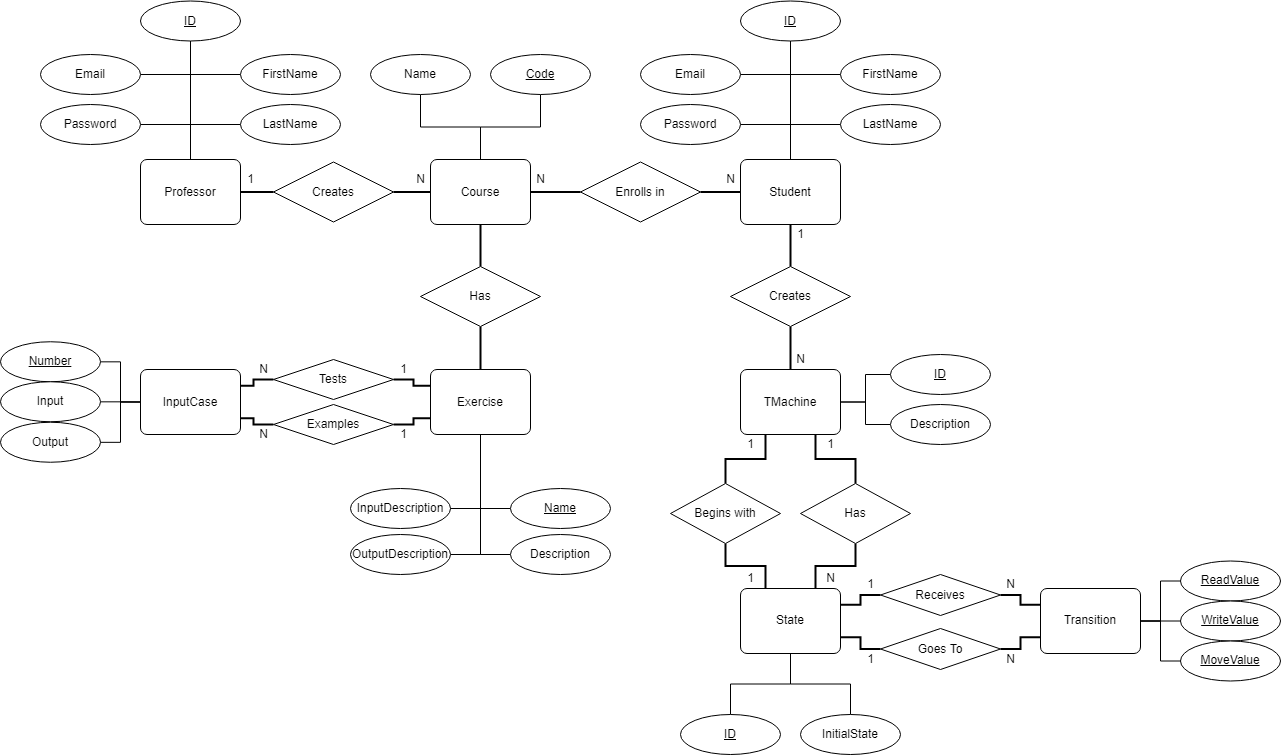
ExotronicDev/Turing-Master keeps this draw.io diagram as Diseño MVPs/Diagramas MVP #2/Diagrama Entidad Relación Sprint 2.png. Above is the earlier version. Source tidied: cells renumbered, new cells last; positions are measured from the earlier drawing's top-left corner, leaving out a move shared by most shapes.
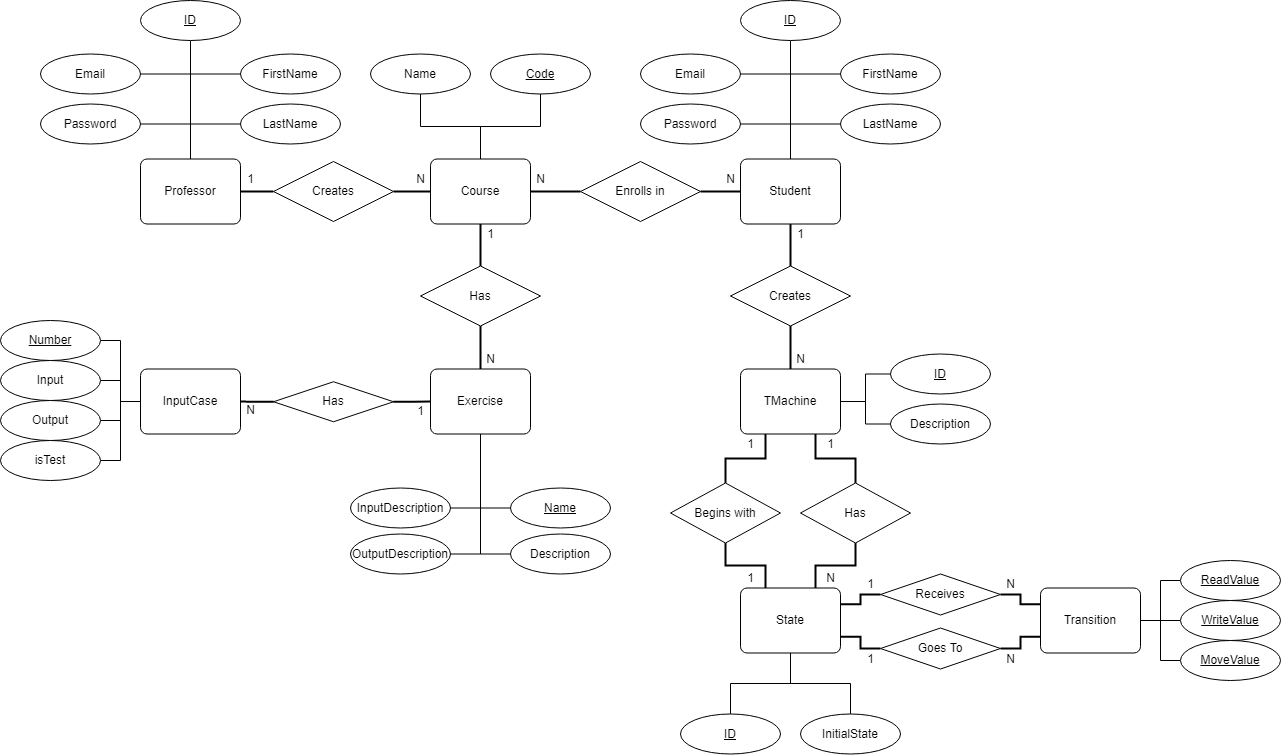
Above is the later version.

Commit message:
Sprint 2 Diagram corrections

Diff of the diagram source:
```diff
@@ -225,7 +225,7 @@
     <mxCell id="70" style="edgeStyle=orthogonalEdgeStyle;rounded=0;jettySize=auto;html=1;entryX=1;entryY=0.5;entryDx=0;entryDy=0;endArrow=none;endFill=0;" parent="1" edge="1" source="72" target="5">
       <mxGeometry relative="1" as="geometry" />
     </mxCell>
-    <mxCell id="71" style="edgeStyle=orthogonalEdgeStyle;rounded=0;jettySize=auto;html=1;entryX=0;entryY=0.5;entryDx=0;entryDy=0;endArrow=none;endFill=0;" parent="1" edge="1" source="72" target="105">
+    <mxCell id="71" style="edgeStyle=orthogonalEdgeStyle;rounded=0;jettySize=auto;html=1;entryX=0;entryY=0.5;entryDx=0;entryDy=0;endArrow=none;endFill=0;" parent="1" edge="1" source="72" target="100">
       <mxGeometry relative="1" as="geometry" />
     </mxCell>
     <mxCell id="72" value="Exercise" style="rounded=1;arcSize=10;whiteSpace=wrap;html=1;align=center;" parent="1" vertex="1">
@@ -291,56 +291,58 @@
     <mxCell id="92" value="InputCase" style="rounded=1;arcSize=10;whiteSpace=wrap;html=1;align=center;" parent="1" vertex="1">
       <mxGeometry x="140" y="368" width="100" height="65" as="geometry" />
     </mxCell>
-    <mxCell id="93" style="edgeStyle=orthogonalEdgeStyle;rounded=0;jettySize=auto;html=1;entryX=0;entryY=0.25;entryDx=0;entryDy=0;endArrow=none;endFill=0;strokeWidth=2;" parent="1" edge="1" source="95" target="72">
+    <mxCell id="93" style="edgeStyle=orthogonalEdgeStyle;rounded=0;jettySize=auto;html=1;endArrow=none;endFill=0;strokeWidth=2;" parent="1" edge="1" source="95" target="72">
       <mxGeometry relative="1" as="geometry" />
     </mxCell>
-    <mxCell id="94" style="edgeStyle=orthogonalEdgeStyle;rounded=0;jettySize=auto;html=1;entryX=1;entryY=0.25;entryDx=0;entryDy=0;endArrow=none;endFill=0;strokeWidth=2;" parent="1" edge="1" source="95" target="92">
+    <mxCell id="94" style="edgeStyle=orthogonalEdgeStyle;rounded=0;jettySize=auto;html=1;entryX=1;entryY=0.5;entryDx=0;entryDy=0;endArrow=none;endFill=0;strokeWidth=2;" parent="1" edge="1" source="95" target="92">
       <mxGeometry relative="1" as="geometry" />
     </mxCell>
-    <mxCell id="95" value="Tests" style="shape=rhombus;perimeter=rhombusPerimeter;whiteSpace=wrap;html=1;align=center;" parent="1" vertex="1">
-      <mxGeometry x="273" y="358" width="120" height="40" as="geometry" />
+    <mxCell id="95" value="Has" style="shape=rhombus;perimeter=rhombusPerimeter;whiteSpace=wrap;html=1;align=center;" parent="1" vertex="1">
+      <mxGeometry x="273" y="380.8" width="120" height="40" as="geometry" />
     </mxCell>
-    <mxCell id="96" style="edgeStyle=orthogonalEdgeStyle;rounded=0;jettySize=auto;html=1;entryX=0;entryY=0.75;entryDx=0;entryDy=0;endArrow=none;endFill=0;strokeWidth=2;" parent="1" edge="1" source="98" target="72">
-      <mxGeometry relative="1" as="geometry" />
+    <mxCell id="96" value="N" style="text;html=1;align=center;verticalAlign=middle;strokeColor=none;fillColor=none;" parent="1" vertex="1">
+      <mxGeometry x="240" y="399.5" width="20" height="20" as="geometry" />
     </mxCell>
-    <mxCell id="97" style="edgeStyle=orthogonalEdgeStyle;rounded=0;jettySize=auto;html=1;entryX=1;entryY=0.75;entryDx=0;entryDy=0;endArrow=none;endFill=0;strokeWidth=2;" parent="1" edge="1" source="98" target="92">
-      <mxGeometry relative="1" as="geometry" />
+    <mxCell id="97" value="1" style="text;html=1;align=center;verticalAlign=middle;strokeColor=none;fillColor=none;" parent="1" vertex="1">
+      <mxGeometry x="410" y="400.8" width="20" height="20" as="geometry" />
     </mxCell>
-    <mxCell id="98" value="Examples" style="shape=rhombus;perimeter=rhombusPerimeter;whiteSpace=wrap;html=1;align=center;" parent="1" vertex="1">
-      <mxGeometry x="273" y="403" width="120" height="40" as="geometry" />
+    <mxCell id="98" style="edgeStyle=orthogonalEdgeStyle;rounded=0;jettySize=auto;html=1;entryX=0;entryY=0.5;entryDx=0;entryDy=0;endArrow=none;endFill=0;" parent="1" edge="1" source="99" target="92">
+      <mxGeometry relative="1" as="geometry" />
     </mxCell>
-    <mxCell id="99" value="N" style="text;html=1;align=center;verticalAlign=middle;points=[];strokeColor=none;fillColor=none;" parent="1" vertex="1">
-      <mxGeometry x="253" y="423" width="20" height="20" as="geometry" />
+    <mxCell id="99" value="Number" style="ellipse;whiteSpace=wrap;html=1;align=center;fontStyle=4;" parent="1" vertex="1">
+      <mxGeometry y="319.5" width="100" height="40" as="geometry" />
     </mxCell>
-    <mxCell id="100" value="N" style="text;html=1;align=center;verticalAlign=middle;points=[];strokeColor=none;fillColor=none;" parent="1" vertex="1">
-      <mxGeometry x="253" y="358" width="20" height="20" as="geometry" />
+    <mxCell id="100" value="&lt;u&gt;Name&lt;/u&gt;" style="ellipse;whiteSpace=wrap;html=1;align=center;" parent="1" vertex="1">
+      <mxGeometry x="510" y="487" width="100" height="40" as="geometry" />
     </mxCell>
-    <mxCell id="101" value="1" style="text;html=1;align=center;verticalAlign=middle;strokeColor=none;fillColor=none;" parent="1" vertex="1">
-      <mxGeometry x="393" y="358" width="20" height="20" as="geometry" />
+    <mxCell id="101" style="edgeStyle=orthogonalEdgeStyle;rounded=0;jettySize=auto;html=1;endArrow=none;endFill=0;" parent="1" edge="1" source="103" target="92">
+      <mxGeometry relative="1" as="geometry" />
     </mxCell>
-    <mxCell id="102" value="1" style="text;html=1;align=center;verticalAlign=middle;strokeColor=none;fillColor=none;" parent="1" vertex="1">
-      <mxGeometry x="393" y="423" width="20" height="20" as="geometry" />
+    <mxCell id="102" style="edgeStyle=orthogonalEdgeStyle;rounded=0;jettySize=auto;html=1;endArrow=none;endFill=0;" parent="1" edge="1" source="104" target="92">
+      <mxGeometry relative="1" as="geometry" />
     </mxCell>
-    <mxCell id="103" style="edgeStyle=orthogonalEdgeStyle;rounded=0;jettySize=auto;html=1;entryX=0;entryY=0.5;entryDx=0;entryDy=0;endArrow=none;endFill=0;" parent="1" edge="1" source="104" target="92">
-      <mxGeometry relative="1" as="geometry" />
+    <mxCell id="103" value="Input" style="ellipse;whiteSpace=wrap;html=1;align=center;" parent="1" vertex="1">
+      <mxGeometry y="359.5" width="100" height="40" as="geometry" />
     </mxCell>
-    <mxCell id="104" value="Number" style="ellipse;whiteSpace=wrap;html=1;align=center;fontStyle=4;" parent="1" vertex="1">
-      <mxGeometry y="340.2" width="100" height="40" as="geometry" />
+    <mxCell id="104" value="Output" style="ellipse;whiteSpace=wrap;html=1;align=center;" parent="1" vertex="1">
+      <mxGeometry y="399.5" width="100" height="40" as="geometry" />
     </mxCell>
-    <mxCell id="105" value="&lt;u&gt;Name&lt;/u&gt;" style="ellipse;whiteSpace=wrap;html=1;align=center;" parent="1" vertex="1">
-      <mxGeometry x="510" y="487" width="100" height="40" as="geometry" />
+    <mxCell id="105" value="1" style="text;html=1;align=center;verticalAlign=middle;points=[];strokeColor=none;fillColor=none;" parent="1" vertex="1">
+      <mxGeometry x="480" y="223" width="20" height="20" as="geometry" />
     </mxCell>
-    <mxCell id="106" style="edgeStyle=orthogonalEdgeStyle;rounded=0;jettySize=auto;html=1;endArrow=none;endFill=0;" parent="1" edge="1" source="108" target="92">
-      <mxGeometry relative="1" as="geometry" />
+    <mxCell id="106" value="N" style="text;html=1;align=center;verticalAlign=middle;strokeColor=none;fillColor=none;" parent="1" vertex="1">
+      <mxGeometry x="480" y="348" width="20" height="20" as="geometry" />
     </mxCell>
-    <mxCell id="107" style="edgeStyle=orthogonalEdgeStyle;rounded=0;jettySize=auto;html=1;endArrow=none;endFill=0;" parent="1" edge="1" source="109" target="92">
-      <mxGeometry relative="1" as="geometry" />
+    <mxCell id="107" style="edgeStyle=orthogonalEdgeStyle;rounded=0;jettySize=auto;html=1;entryX=0;entryY=0.5;entryDx=0;entryDy=0;startArrow=none;startFill=0;endArrow=none;endFill=0;startSize=12;endSize=12;targetPerimeterSpacing=0;" parent="1" edge="1" source="108" target="92">
+      <mxGeometry relative="1" as="geometry">
+        <Array as="points">
+          <mxPoint x="120" y="459.5" />
+          <mxPoint x="120" y="400.5" />
+        </Array>
+      </mxGeometry>
     </mxCell>
-    <mxCell id="108" value="Input" style="ellipse;whiteSpace=wrap;html=1;align=center;" parent="1" vertex="1">
-      <mxGeometry y="380.2" width="100" height="40" as="geometry" />
+    <mxCell id="108" value="isTest" style="ellipse;whiteSpace=wrap;html=1;align=center;" parent="1" vertex="1">
+      <mxGeometry y="439.5" width="100" height="40" as="geometry" />
     </mxCell>
-    <mxCell id="109" value="Output" style="ellipse;whiteSpace=wrap;html=1;align=center;" parent="1" vertex="1">
-      <mxGeometry y="420.8" width="100" height="40" as="geometry" />
-    </mxCell>
   </root>
 </mxGraphModel>
```
